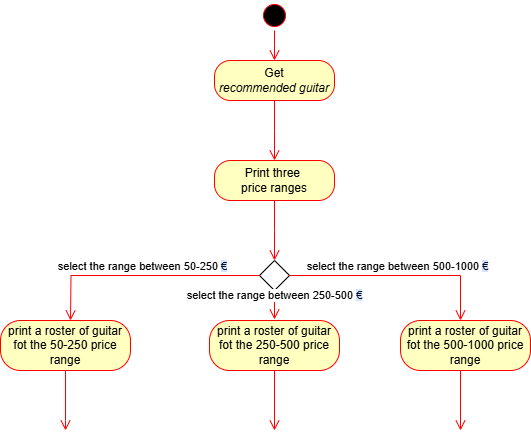
Above: ActivityDiagramM.drawio.png in TizianoLilli/ISPW-Project (draw.io), before the change. Source tidied: cells renumbered, new cells last; positions are measured from the earlier drawing's top-left corner, leaving out a move shared by most shapes. The source it was exported from:
```xml
<mxGraphModel>
  <root>
    <mxCell id="0" />
    <mxCell id="1" parent="0" />
    <mxCell id="2" style="ellipse;html=1;shape=startState;fillColor=#000000;strokeColor=#ff0000;" parent="1" vertex="1">
      <mxGeometry x="259" width="30" height="30" as="geometry" />
    </mxCell>
    <mxCell id="3" style="edgeStyle=orthogonalEdgeStyle;html=1;verticalAlign=bottom;endArrow=open;endSize=8;strokeColor=#ff0000;rounded=0;" parent="1" edge="1" source="2">
      <mxGeometry relative="1" as="geometry">
        <mxPoint x="274" y="60" as="targetPoint" />
      </mxGeometry>
    </mxCell>
    <mxCell id="4" value="Get&lt;br&gt;&lt;i&gt;recommended guitar&lt;/i&gt;" style="rounded=1;whiteSpace=wrap;html=1;arcSize=40;fontColor=#000000;fillColor=#ffffc0;strokeColor=#ff0000;" parent="1" vertex="1">
      <mxGeometry x="214" y="60" width="120" height="40" as="geometry" />
    </mxCell>
    <mxCell id="5" style="edgeStyle=orthogonalEdgeStyle;html=1;verticalAlign=bottom;endArrow=open;endSize=8;strokeColor=#ff0000;rounded=0;" parent="1" edge="1" source="4">
      <mxGeometry relative="1" as="geometry">
        <mxPoint x="274" y="160" as="targetPoint" />
      </mxGeometry>
    </mxCell>
    <mxCell id="6" value="Print three&amp;nbsp;&lt;div&gt;price ranges&lt;/div&gt;" style="rounded=1;whiteSpace=wrap;html=1;arcSize=40;fontColor=#000000;fillColor=#ffffc0;strokeColor=#ff0000;" parent="1" vertex="1">
      <mxGeometry x="214" y="160" width="120" height="40" as="geometry" />
    </mxCell>
    <mxCell id="7" style="edgeStyle=orthogonalEdgeStyle;html=1;verticalAlign=bottom;endArrow=open;endSize=8;strokeColor=#ff0000;rounded=0;" parent="1" edge="1" source="6">
      <mxGeometry relative="1" as="geometry">
        <mxPoint x="274" y="260" as="targetPoint" />
      </mxGeometry>
    </mxCell>
    <mxCell id="8" style="rhombus;whiteSpace=wrap;html=1;" parent="1" vertex="1">
      <mxGeometry x="259" y="260" width="30" height="30" as="geometry" />
    </mxCell>
    <mxCell id="9" value="select the range between 500-1000&amp;nbsp;&lt;span style=&quot;text-wrap-mode: wrap; background-image: linear-gradient(90deg, rgb(211, 227, 253) 50%, rgba(0, 0, 0, 0) 50%); background-position: 0% 0px; background-size: 200% 100%; background-repeat: no-repeat; background-attachment: initial; background-origin: initial; background-clip: initial; color: rgb(4, 12, 40); animation: 0.75s cubic-bezier(0.05, 0.7, 0.1, 1) 0.25s 1 normal forwards running highlight; text-align: left;&quot;&gt;€&lt;/span&gt;" style="edgeStyle=orthogonalEdgeStyle;html=1;verticalAlign=bottom;endArrow=open;endSize=8;strokeColor=#ff0000;rounded=0;exitX=1;exitY=0.5;exitDx=0;exitDy=0;" parent="1" edge="1" source="8">
      <mxGeometry relative="1" as="geometry">
        <mxPoint x="460" y="320" as="targetPoint" />
        <Array as="points">
          <mxPoint x="460" y="275" />
          <mxPoint x="460" y="320" />
        </Array>
      </mxGeometry>
    </mxCell>
    <mxCell id="10" style="edgeStyle=orthogonalEdgeStyle;html=1;verticalAlign=bottom;endArrow=open;endSize=8;strokeColor=#ff0000;rounded=0;" parent="1" edge="1">
      <mxGeometry relative="1" as="geometry">
        <mxPoint x="460" y="360" as="sourcePoint" />
        <mxPoint x="460" y="430" as="targetPoint" />
      </mxGeometry>
    </mxCell>
    <mxCell id="11" value="select the range between 250-500&amp;nbsp;&lt;span style=&quot;text-wrap-mode: wrap; background-image: linear-gradient(90deg, rgb(211, 227, 253) 50%, rgba(0, 0, 0, 0) 50%); background-position: 0% 0px; background-size: 200% 100%; background-repeat: no-repeat; background-attachment: initial; background-origin: initial; background-clip: initial; color: rgb(4, 12, 40); animation: 0.75s cubic-bezier(0.05, 0.7, 0.1, 1) 0.25s 1 normal forwards running highlight; text-align: left;&quot;&gt;€&lt;/span&gt;" style="edgeStyle=orthogonalEdgeStyle;html=1;verticalAlign=bottom;endArrow=open;endSize=8;strokeColor=#ff0000;rounded=0;exitX=0.5;exitY=1;exitDx=0;exitDy=0;" parent="1" edge="1">
      <mxGeometry relative="1" as="geometry">
        <mxPoint x="274" y="289" as="sourcePoint" />
        <mxPoint x="274" y="319" as="targetPoint" />
      </mxGeometry>
    </mxCell>
    <mxCell id="12" style="edgeStyle=orthogonalEdgeStyle;html=1;verticalAlign=bottom;endArrow=open;endSize=8;strokeColor=#ff0000;rounded=0;" parent="1" edge="1">
      <mxGeometry relative="1" as="geometry">
        <mxPoint x="274" y="360" as="sourcePoint" />
        <mxPoint x="274" y="430" as="targetPoint" />
      </mxGeometry>
    </mxCell>
    <mxCell id="13" value="select the range between 50-250&amp;nbsp;&lt;span style=&quot;background-image: linear-gradient(90deg, rgb(211, 227, 253) 50%, rgba(0, 0, 0, 0) 50%); background-position: 0% 0px; background-size: 200% 100%; background-repeat: no-repeat; background-attachment: initial; background-origin: initial; background-clip: initial; color: rgb(4, 12, 40); animation: 0.75s cubic-bezier(0.05, 0.7, 0.1, 1) 0.25s 1 normal forwards running highlight; text-align: left; text-wrap-mode: wrap; background-color: rgb(255, 255, 255);&quot;&gt;&lt;font style=&quot;font-size: 11px;&quot;&gt;€&lt;/font&gt;&lt;/span&gt;" style="edgeStyle=orthogonalEdgeStyle;html=1;verticalAlign=bottom;endArrow=open;endSize=8;strokeColor=#ff0000;rounded=0;exitX=0;exitY=0.5;exitDx=0;exitDy=0;" parent="1" edge="1" source="8">
      <mxGeometry relative="1" as="geometry">
        <mxPoint x="70" y="320" as="targetPoint" />
      </mxGeometry>
    </mxCell>
    <mxCell id="14" value="print a roster of guitar fot the 50-250 price range" style="rounded=1;whiteSpace=wrap;html=1;arcSize=40;fontColor=#000000;fillColor=#ffffc0;strokeColor=#ff0000;" parent="1" vertex="1">
      <mxGeometry y="320" width="130" height="50" as="geometry" />
    </mxCell>
    <mxCell id="15" style="edgeStyle=orthogonalEdgeStyle;html=1;verticalAlign=bottom;endArrow=open;endSize=8;strokeColor=#ff0000;rounded=0;" parent="1" edge="1" source="14">
      <mxGeometry relative="1" as="geometry">
        <mxPoint x="65" y="430" as="targetPoint" />
        <Array as="points">
          <mxPoint x="65" y="420" />
        </Array>
      </mxGeometry>
    </mxCell>
    <mxCell id="16" value="print a roster of guitar fot the 250-500 price range" style="rounded=1;whiteSpace=wrap;html=1;arcSize=40;fontColor=#000000;fillColor=#ffffc0;strokeColor=#ff0000;" parent="1" vertex="1">
      <mxGeometry x="209" y="320" width="130" height="50" as="geometry" />
    </mxCell>
    <mxCell id="17" value="print a roster of guitar fot the 500-1000 price range" style="rounded=1;whiteSpace=wrap;html=1;arcSize=40;fontColor=#000000;fillColor=#ffffc0;strokeColor=#ff0000;" parent="1" vertex="1">
      <mxGeometry x="400" y="320" width="130" height="50" as="geometry" />
    </mxCell>
  </root>
</mxGraphModel>
```
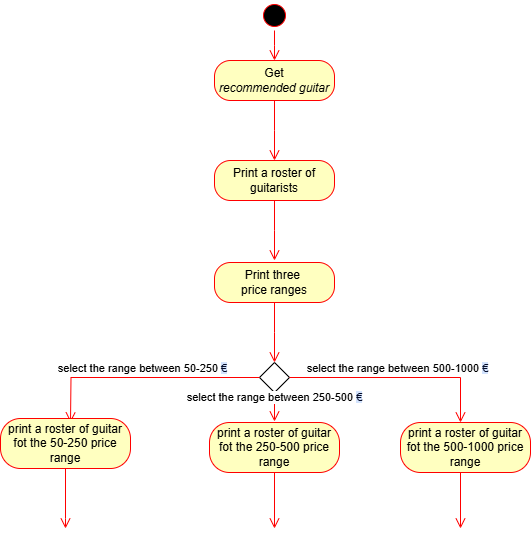
Later version of the same file.

Diff of the diagram source:
```diff
@@ -3,19 +3,19 @@
     <mxCell id="0" />
     <mxCell id="1" parent="0" />
     <mxCell id="2" style="ellipse;html=1;shape=startState;fillColor=#000000;strokeColor=#ff0000;" parent="1" vertex="1">
-      <mxGeometry x="259" width="30" height="30" as="geometry" />
+      <mxGeometry x="259" y="-102" width="30" height="30" as="geometry" />
     </mxCell>
     <mxCell id="3" style="edgeStyle=orthogonalEdgeStyle;html=1;verticalAlign=bottom;endArrow=open;endSize=8;strokeColor=#ff0000;rounded=0;" parent="1" edge="1" source="2">
       <mxGeometry relative="1" as="geometry">
-        <mxPoint x="274" y="60" as="targetPoint" />
+        <mxPoint x="274" y="-42" as="targetPoint" />
       </mxGeometry>
     </mxCell>
     <mxCell id="4" value="Get&lt;br&gt;&lt;i&gt;recommended guitar&lt;/i&gt;" style="rounded=1;whiteSpace=wrap;html=1;arcSize=40;fontColor=#000000;fillColor=#ffffc0;strokeColor=#ff0000;" parent="1" vertex="1">
-      <mxGeometry x="214" y="60" width="120" height="40" as="geometry" />
+      <mxGeometry x="214" y="-42" width="120" height="40" as="geometry" />
     </mxCell>
     <mxCell id="5" style="edgeStyle=orthogonalEdgeStyle;html=1;verticalAlign=bottom;endArrow=open;endSize=8;strokeColor=#ff0000;rounded=0;" parent="1" edge="1" source="4">
       <mxGeometry relative="1" as="geometry">
-        <mxPoint x="274" y="160" as="targetPoint" />
+        <mxPoint x="274" y="58" as="targetPoint" />
       </mxGeometry>
     </mxCell>
     <mxCell id="6" value="Print three&amp;nbsp;&lt;div&gt;price ranges&lt;/div&gt;" style="rounded=1;whiteSpace=wrap;html=1;arcSize=40;fontColor=#000000;fillColor=#ffffc0;strokeColor=#ff0000;" parent="1" vertex="1">
@@ -40,8 +40,8 @@
     </mxCell>
     <mxCell id="10" style="edgeStyle=orthogonalEdgeStyle;html=1;verticalAlign=bottom;endArrow=open;endSize=8;strokeColor=#ff0000;rounded=0;" parent="1" edge="1">
       <mxGeometry relative="1" as="geometry">
-        <mxPoint x="460" y="360" as="sourcePoint" />
-        <mxPoint x="460" y="430" as="targetPoint" />
+        <mxPoint x="460" y="356" as="sourcePoint" />
+        <mxPoint x="460" y="426" as="targetPoint" />
       </mxGeometry>
     </mxCell>
     <mxCell id="11" value="select the range between 250-500&amp;nbsp;&lt;span style=&quot;text-wrap-mode: wrap; background-image: linear-gradient(90deg, rgb(211, 227, 253) 50%, rgba(0, 0, 0, 0) 50%); background-position: 0% 0px; background-size: 200% 100%; background-repeat: no-repeat; background-attachment: initial; background-origin: initial; background-clip: initial; color: rgb(4, 12, 40); animation: 0.75s cubic-bezier(0.05, 0.7, 0.1, 1) 0.25s 1 normal forwards running highlight; text-align: left;&quot;&gt;€&lt;/span&gt;" style="edgeStyle=orthogonalEdgeStyle;html=1;verticalAlign=bottom;endArrow=open;endSize=8;strokeColor=#ff0000;rounded=0;exitX=0.5;exitY=1;exitDx=0;exitDy=0;" parent="1" edge="1">
@@ -52,8 +52,8 @@
     </mxCell>
     <mxCell id="12" style="edgeStyle=orthogonalEdgeStyle;html=1;verticalAlign=bottom;endArrow=open;endSize=8;strokeColor=#ff0000;rounded=0;" parent="1" edge="1">
       <mxGeometry relative="1" as="geometry">
-        <mxPoint x="274" y="360" as="sourcePoint" />
-        <mxPoint x="274" y="430" as="targetPoint" />
+        <mxPoint x="274" y="356" as="sourcePoint" />
+        <mxPoint x="274" y="426" as="targetPoint" />
       </mxGeometry>
     </mxCell>
     <mxCell id="13" value="select the range between 50-250&amp;nbsp;&lt;span style=&quot;background-image: linear-gradient(90deg, rgb(211, 227, 253) 50%, rgba(0, 0, 0, 0) 50%); background-position: 0% 0px; background-size: 200% 100%; background-repeat: no-repeat; background-attachment: initial; background-origin: initial; background-clip: initial; color: rgb(4, 12, 40); animation: 0.75s cubic-bezier(0.05, 0.7, 0.1, 1) 0.25s 1 normal forwards running highlight; text-align: left; text-wrap-mode: wrap; background-color: rgb(255, 255, 255);&quot;&gt;&lt;font style=&quot;font-size: 11px;&quot;&gt;€&lt;/font&gt;&lt;/span&gt;" style="edgeStyle=orthogonalEdgeStyle;html=1;verticalAlign=bottom;endArrow=open;endSize=8;strokeColor=#ff0000;rounded=0;exitX=0;exitY=0.5;exitDx=0;exitDy=0;" parent="1" edge="1" source="8">
@@ -62,13 +62,14 @@
       </mxGeometry>
     </mxCell>
     <mxCell id="14" value="print a roster of guitar fot the 50-250 price range" style="rounded=1;whiteSpace=wrap;html=1;arcSize=40;fontColor=#000000;fillColor=#ffffc0;strokeColor=#ff0000;" parent="1" vertex="1">
-      <mxGeometry y="320" width="130" height="50" as="geometry" />
+      <mxGeometry y="316" width="130" height="50" as="geometry" />
     </mxCell>
-    <mxCell id="15" style="edgeStyle=orthogonalEdgeStyle;html=1;verticalAlign=bottom;endArrow=open;endSize=8;strokeColor=#ff0000;rounded=0;" parent="1" edge="1" source="14">
+    <mxCell id="15" style="edgeStyle=orthogonalEdgeStyle;html=1;verticalAlign=bottom;endArrow=open;endSize=8;strokeColor=#ff0000;rounded=0;" parent="1" edge="1">
       <mxGeometry relative="1" as="geometry">
-        <mxPoint x="65" y="430" as="targetPoint" />
+        <mxPoint x="65" y="366" as="sourcePoint" />
+        <mxPoint x="65" y="426" as="targetPoint" />
         <Array as="points">
-          <mxPoint x="65" y="420" />
+          <mxPoint x="65" y="416" />
         </Array>
       </mxGeometry>
     </mxCell>
@@ -78,5 +79,13 @@
     <mxCell id="17" value="print a roster of guitar fot the 500-1000 price range" style="rounded=1;whiteSpace=wrap;html=1;arcSize=40;fontColor=#000000;fillColor=#ffffc0;strokeColor=#ff0000;" parent="1" vertex="1">
       <mxGeometry x="400" y="320" width="130" height="50" as="geometry" />
     </mxCell>
+    <mxCell id="18" value="Print a roster of guitarists" style="rounded=1;whiteSpace=wrap;html=1;arcSize=40;fontColor=#000000;fillColor=#ffffc0;strokeColor=#ff0000;" parent="1" vertex="1">
+      <mxGeometry x="214" y="58" width="120" height="40" as="geometry" />
+    </mxCell>
+    <mxCell id="19" style="edgeStyle=orthogonalEdgeStyle;html=1;verticalAlign=bottom;endArrow=open;endSize=8;strokeColor=#ff0000;rounded=0;" parent="1" edge="1" source="18">
+      <mxGeometry relative="1" as="geometry">
+        <mxPoint x="274" y="158" as="targetPoint" />
+      </mxGeometry>
+    </mxCell>
   </root>
 </mxGraphModel>
```
